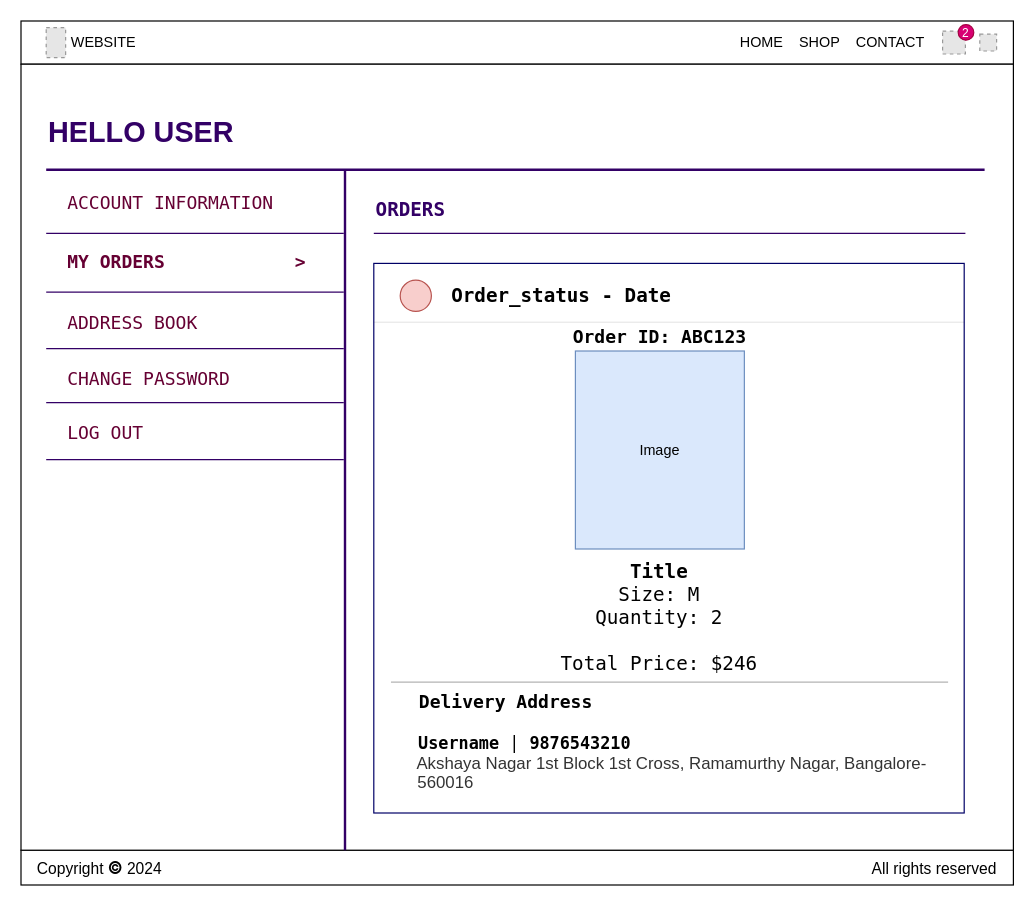
Above: page "User Profile Page (Order)" (13 of 18) of Wireframes.drawio in ayushi1719/ecommerce (draw.io), before the change. Source tidied: cells renumbered, new cells numbered last; positions are measured from the earlier drawing's top-left corner, leaving out a move shared by most shapes. Both pictures are drawn from the tidied source at 120%, with x=0, y=0 at pixel (20, 20). Pictures stored in the file or linked from it are replaced by grey dashed boxes.
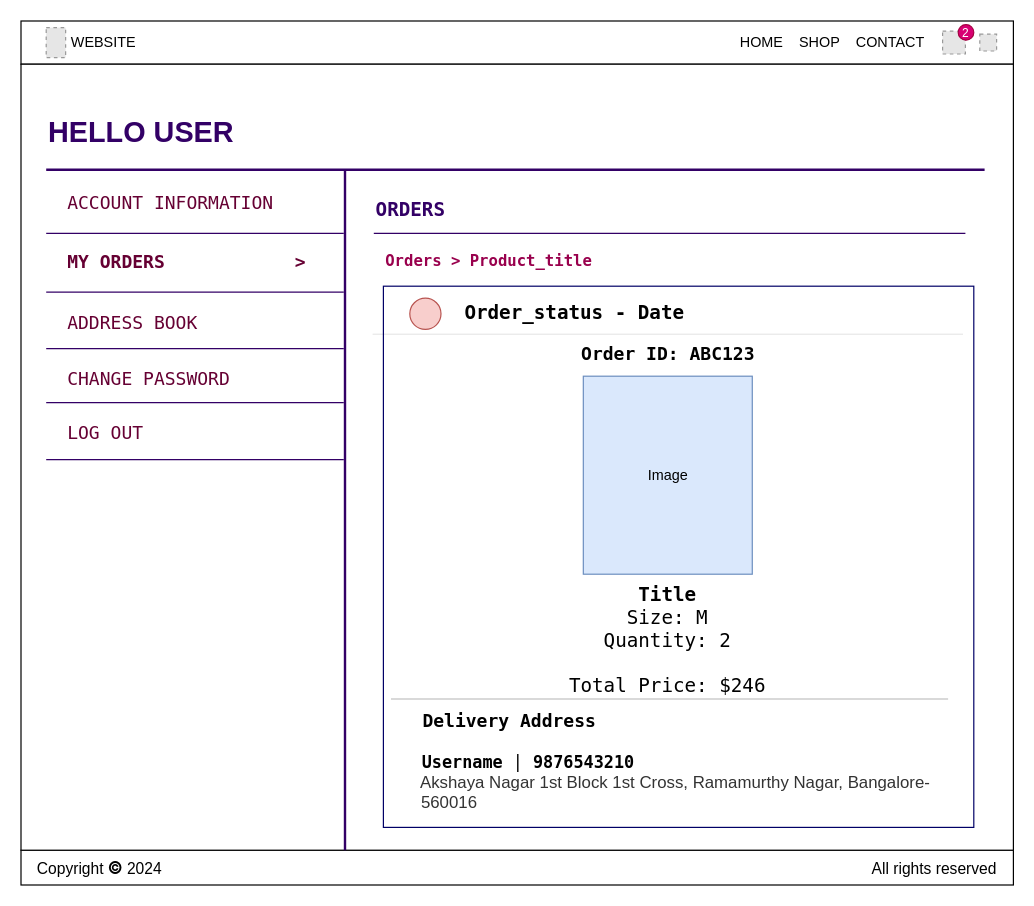
After the change.

Change to the diagram source:
```diff
@@
     <mxCell id="24" style="rounded=0;whiteSpace=wrap;html=1;strokeColor=#000066;" parent="1" vertex="1">
-      <mxGeometry x="294" y="202" width="492" height="458" as="geometry" />
+      <mxGeometry x="302" y="221" width="492" height="451" as="geometry" />
     </mxCell>
     <mxCell id="25" value="Image" style="rounded=0;whiteSpace=wrap;html=1;fillColor=#dae8fc;strokeColor=#6c8ebf;" parent="1" vertex="1">
-      <mxGeometry x="462" y="275" width="140.8" height="165" as="geometry" />
+      <mxGeometry x="468.6" y="296" width="140.8" height="165" as="geometry" />
     </mxCell>
     <mxCell id="26" style="ellipse;whiteSpace=wrap;html=1;fillColor=#f8cecc;strokeColor=#b85450;" parent="1" vertex="1">
-      <mxGeometry x="316" y="216" width="26" height="26" as="geometry" />
+      <mxGeometry x="324" y="231" width="26" height="26" as="geometry" />
     </mxCell>
     <mxCell id="27" value="&lt;font size=&quot;1&quot; style=&quot;&quot; face=&quot;Lucida Console&quot;&gt;&lt;b style=&quot;font-size: 16px;&quot;&gt;Order_status - Date&lt;/b&gt;&lt;/font&gt;" style="text;strokeColor=none;align=left;fillColor=none;html=1;verticalAlign=middle;whiteSpace=wrap;rounded=0;" parent="1" vertex="1">
-      <mxGeometry x="357" y="214.5" width="249" height="29" as="geometry" />
+      <mxGeometry x="368" y="228" width="249" height="29" as="geometry" />
     </mxCell>
     <mxCell id="28" value="&lt;div&gt;&lt;span style=&quot;background-color: initial;&quot;&gt;&lt;b&gt;&lt;font face=&quot;Lucida Console&quot; style=&quot;font-size: 16px;&quot;&gt;Title&lt;/font&gt;&lt;/b&gt;&lt;/span&gt;&lt;/div&gt;&lt;div&gt;&lt;span style=&quot;background-color: initial;&quot;&gt;&lt;font face=&quot;Lucida Console&quot; style=&quot;font-size: 16px;&quot;&gt;Size: M&lt;/font&gt;&lt;/span&gt;&lt;/div&gt;&lt;div&gt;&lt;font face=&quot;Lucida Console&quot;&gt;&lt;span style=&quot;font-size: 16px;&quot;&gt;Quantity: 2&lt;/span&gt;&lt;/font&gt;&lt;/div&gt;&lt;div&gt;&lt;font face=&quot;Lucida Console&quot;&gt;&lt;span style=&quot;font-size: 16px;&quot;&gt;&lt;br&gt;&lt;/span&gt;&lt;/font&gt;&lt;/div&gt;&lt;div&gt;&lt;font face=&quot;Lucida Console&quot;&gt;&lt;span style=&quot;font-size: 16px;&quot;&gt;Total Price: $246&lt;/span&gt;&lt;/font&gt;&lt;/div&gt;" style="text;strokeColor=none;align=center;fillColor=none;html=1;verticalAlign=middle;whiteSpace=wrap;rounded=0;" parent="1" vertex="1">
-      <mxGeometry x="317.4" y="447" width="430" height="99" as="geometry" />
+      <mxGeometry x="324" y="466" width="430" height="99" as="geometry" />
     </mxCell>
     <mxCell id="29" style="line;strokeWidth=0;html=1;strokeColor=default;fillColor=none;fontColor=#E6E6E6;labelBackgroundColor=none;" parent="1" vertex="1">
-      <mxGeometry x="294" y="246" width="492" height="10" as="geometry" />
+      <mxGeometry x="293" y="256" width="492" height="10" as="geometry" />
     </mxCell>
     <mxCell id="30" value="&lt;font face=&quot;Lucida Console&quot; size=&quot;1&quot; style=&quot;&quot;&gt;&lt;b style=&quot;font-size: 15px;&quot;&gt;Order ID: ABC123&lt;/b&gt;&lt;/font&gt;" style="text;strokeColor=none;align=center;fillColor=none;html=1;verticalAlign=middle;whiteSpace=wrap;rounded=0;" parent="1" vertex="1">
-      <mxGeometry x="427.9" y="250" width="209" height="25" as="geometry" />
+      <mxGeometry x="434.5" y="264" width="209" height="25" as="geometry" />
     </mxCell>
     <mxCell id="31" value="&lt;font size=&quot;1&quot; face=&quot;Lucida Console&quot;&gt;&lt;b style=&quot;font-size: 15px;&quot;&gt;&amp;nbsp;Delivery Address&lt;/b&gt;&lt;/font&gt;&lt;div&gt;&lt;font face=&quot;Lucida Console&quot;&gt;&lt;span style=&quot;font-size: 14px;&quot;&gt;&lt;b&gt;&lt;br&gt;&lt;/b&gt;&lt;/span&gt;&lt;/font&gt;&lt;/div&gt;&lt;div&gt;&lt;font face=&quot;Lucida Console&quot;&gt;&lt;span style=&quot;font-size: 14px;&quot;&gt;&lt;b&gt;&amp;nbsp;Username &lt;/b&gt;|&lt;b&gt; 9876543210&lt;/b&gt;&lt;/span&gt;&lt;/font&gt;&lt;/div&gt;&lt;div&gt;&lt;span style=&quot;color: rgb(51, 51, 51); font-size: 14px; background-color: rgb(255, 255, 255);&quot;&gt;&lt;font face=&quot;Helvetica&quot;&gt;&amp;nbsp; Akshaya Nagar 1st Block 1st Cross, Ramamurthy Nagar, Bangalore-&amp;nbsp; &amp;nbsp; 560016&lt;/font&gt;&lt;/span&gt;&lt;font face=&quot;Lucida Console&quot;&gt;&lt;span style=&quot;font-size: 14px;&quot;&gt;&lt;b&gt;&lt;br&gt;&lt;/b&gt;&lt;/span&gt;&lt;/font&gt;&lt;/div&gt;" style="text;strokeColor=none;align=left;fillColor=none;html=1;verticalAlign=middle;whiteSpace=wrap;rounded=0;" parent="1" vertex="1">
-      <mxGeometry x="320.9" y="557" width="442.1" height="87" as="geometry" />
+      <mxGeometry x="324" y="573" width="442.1" height="87" as="geometry" />
     </mxCell>
     <mxCell id="32" style="line;strokeWidth=1;html=1;strokeColor=#B3B3B3;" parent="1" vertex="1">
-      <mxGeometry x="308.3" y="546" width="464.3" height="10" as="geometry" />
+      <mxGeometry x="308.3" y="560" width="464.3" height="10" as="geometry" />
     </mxCell>
+    <mxCell id="33" value="&lt;font size=&quot;1&quot; color=&quot;#99004d&quot; face=&quot;Lucida Console&quot;&gt;&lt;b style=&quot;font-size: 13px;&quot;&gt;Orders &amp;gt; Product_title&lt;/b&gt;&lt;/font&gt;" style="text;strokeColor=none;align=left;fillColor=none;html=1;verticalAlign=middle;whiteSpace=wrap;rounded=0;" parent="1" vertex="1">
+      <mxGeometry x="302" y="185" width="181" height="30" as="geometry" />
+    </mxCell>
```
